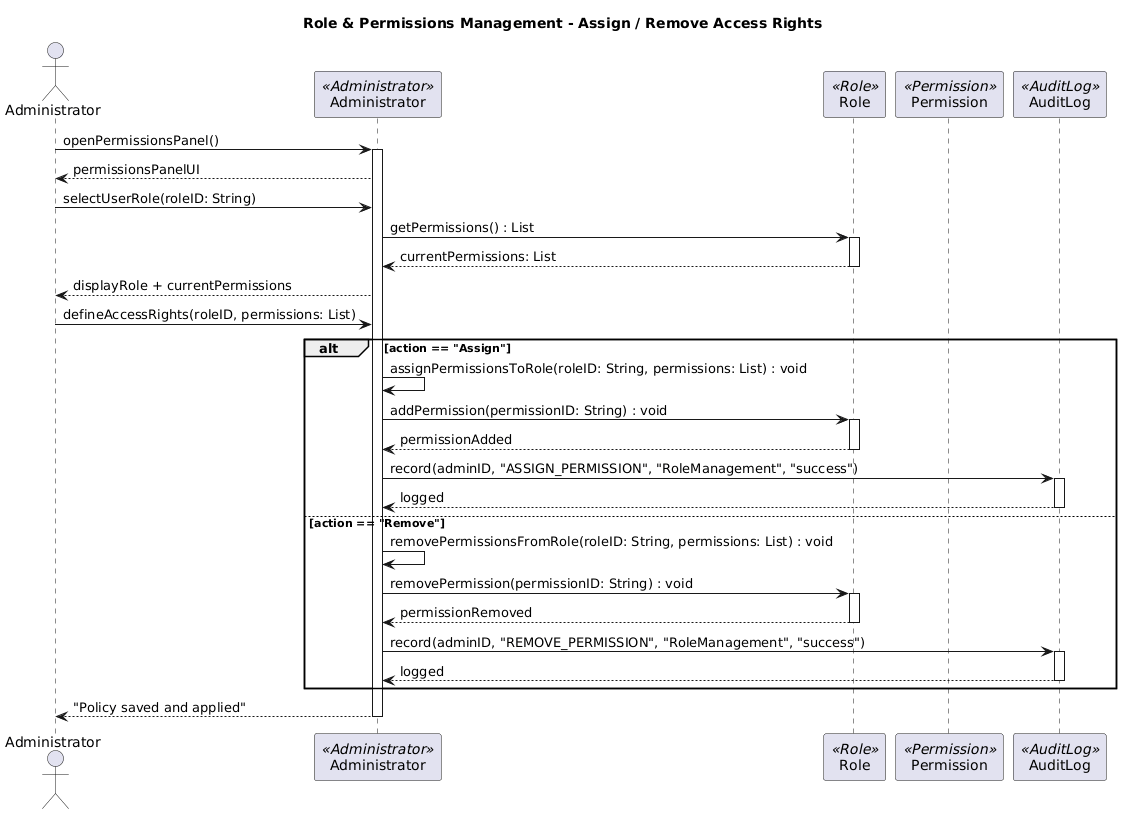
Earlier version of the PlantUML export Diagrams/Sequence Diagrams/BS_UM_03.png (erindkotobelli12/BankManagementSystem).
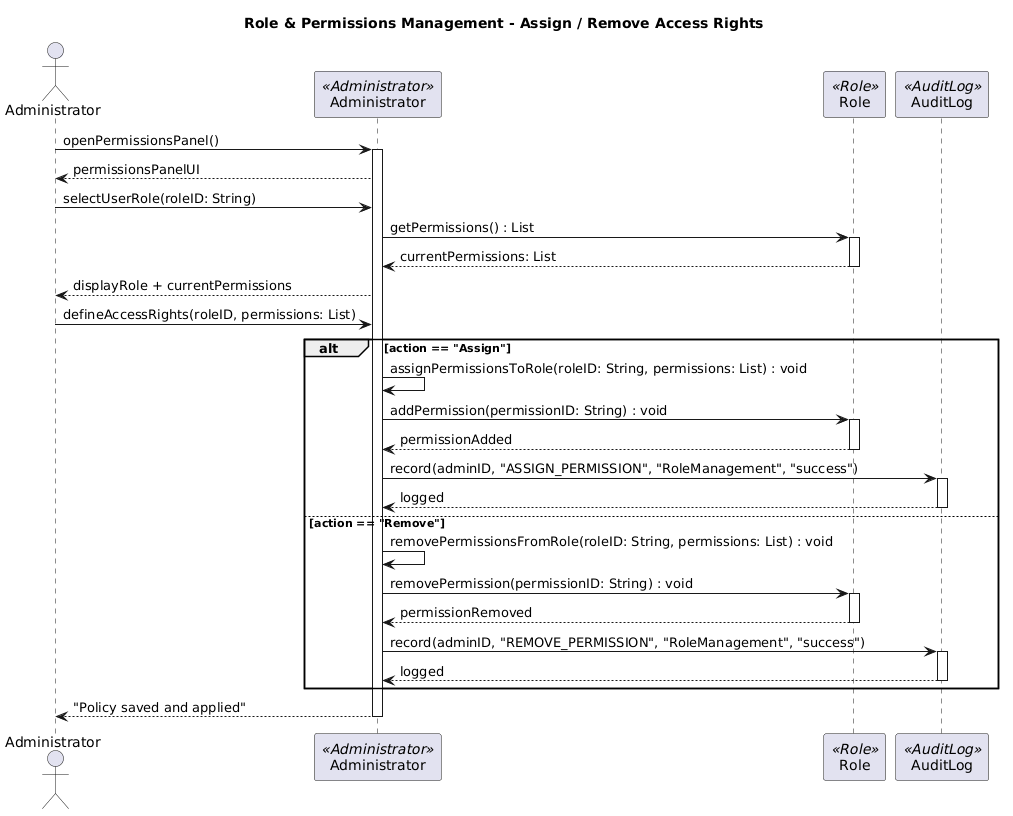
After the change.

Change to the diagram source:
```diff
@@ -4,7 +4,6 @@
 actor "Administrator" as Admin
 participant "Administrator" as AC <<Administrator>>
 participant "Role" as R <<Role>>
-participant "Permission" as P <<Permission>>
 participant "AuditLog" as AL <<AuditLog>>
 
 Admin -> AC : openPermissionsPanel()
```
